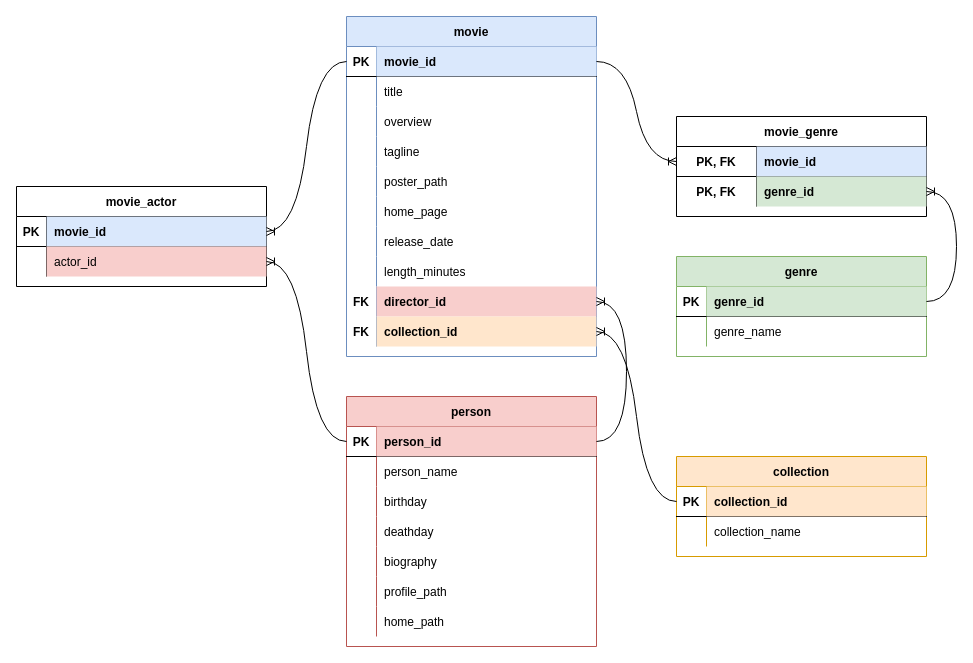
kschuljak/kschuljak keeps this draw.io diagram as moviedatabase.drawio. Above is the earlier version. Source tidied: cells renumbered, new cells numbered last; positions are measured from the earlier drawing's top-left corner, leaving out a move shared by most shapes. Both pictures are drawn from the tidied source at 100%, with x=0, y=0 at pixel (16, 16).
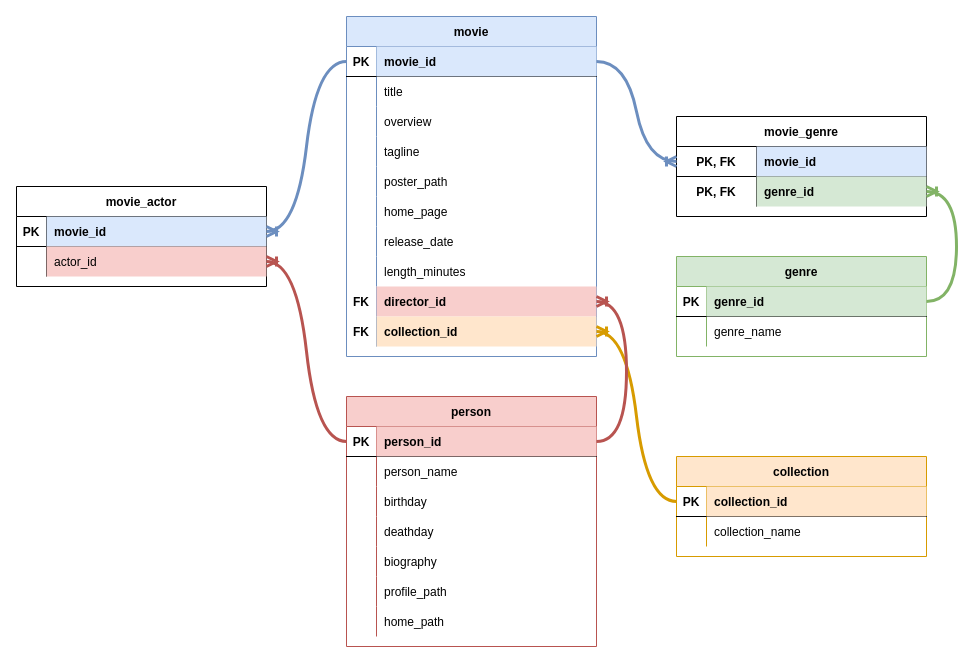
The same diagram, later.

Unchanged cells that the change refers to:
```xml
<mxCell id="3" style="shape=partialRectangle;fillColor=none;points=[[0,0.5],[1,0.5]];portConstraint=eastwest;top=0;left=0;right=0;bottom=1;" parent="2" vertex="1">
  <mxGeometry y="30" width="250" height="30" as="geometry" />
</mxCell>
<mxCell id="10" style="shape=partialRectangle;fillColor=none;points=[[0,0.5],[1,0.5]];portConstraint=eastwest;top=0;left=0;right=0;bottom=1;" parent="9" vertex="1">
  <mxGeometry y="30" width="250" height="30" as="geometry" />
</mxCell>
<mxCell id="34" style="shape=partialRectangle;fillColor=none;points=[[0,0.5],[1,0.5]];portConstraint=eastwest;top=0;left=0;right=0;bottom=0;" parent="9" vertex="1">
  <mxGeometry y="270" width="250" height="30" as="geometry" />
</mxCell>
<mxCell id="37" style="shape=partialRectangle;fillColor=none;points=[[0,0.5],[1,0.5]];portConstraint=eastwest;top=0;left=0;right=0;bottom=0;" parent="9" vertex="1">
  <mxGeometry y="300" width="250" height="30" as="geometry" />
</mxCell>
<mxCell id="41" style="shape=partialRectangle;fillColor=none;points=[[0,0.5],[1,0.5]];portConstraint=eastwest;top=0;left=0;right=0;bottom=1;" parent="40" vertex="1">
  <mxGeometry y="30" width="250" height="30" as="geometry" />
</mxCell>
<mxCell id="48" style="shape=partialRectangle;fillColor=none;points=[[0,0.5],[1,0.5]];portConstraint=eastwest;top=0;left=0;right=0;bottom=1;" parent="47" vertex="1">
  <mxGeometry y="30" width="250" height="30" as="geometry" />
</mxCell>
<mxCell id="51" style="shape=partialRectangle;fillColor=none;points=[[0,0.5],[1,0.5]];portConstraint=eastwest;top=0;left=0;right=0;bottom=0;" parent="47" vertex="1">
  <mxGeometry y="60" width="250" height="30" as="geometry" />
</mxCell>
<mxCell id="55" style="shape=partialRectangle;fillColor=none;points=[[0,0.5],[1,0.5]];portConstraint=eastwest;top=0;left=0;right=0;bottom=1;" parent="54" vertex="1">
  <mxGeometry y="30" width="250" height="30" as="geometry" />
</mxCell>
<mxCell id="58" style="shape=partialRectangle;fillColor=none;points=[[0,0.5],[1,0.5]];portConstraint=eastwest;top=0;left=0;right=0;bottom=0;" parent="54" vertex="1">
  <mxGeometry y="60" width="250" height="30" as="geometry" />
</mxCell>
<mxCell id="62" style="shape=partialRectangle;fillColor=none;points=[[0,0.5],[1,0.5]];portConstraint=eastwest;top=0;left=0;right=0;bottom=1;" parent="61" vertex="1">
  <mxGeometry y="30" width="250" height="30" as="geometry" />
</mxCell>
```

Change to the diagram source:
```diff
@@
-    <mxCell id="84" style="edgeStyle=entityRelationEdgeStyle;fontSize=12;html=1;endArrow=ERoneToMany;exitX=1;exitY=0.5;exitDx=0;exitDy=0;curved=1;" parent="1" edge="1" source="10" target="55">
+    <mxCell id="84" style="edgeStyle=entityRelationEdgeStyle;fontSize=12;html=1;endArrow=ERoneToMany;exitX=1;exitY=0.5;exitDx=0;exitDy=0;curved=1;strokeWidth=3;fillColor=#dae8fc;strokeColor=#6c8ebf;" parent="1" edge="1" source="10" target="55">
       <mxGeometry relative="1" as="geometry" />
     </mxCell>
-    <mxCell id="85" style="edgeStyle=entityRelationEdgeStyle;fontSize=12;html=1;endArrow=ERoneToMany;curved=1;" parent="1" edge="1" source="3" target="58">
+    <mxCell id="85" style="edgeStyle=entityRelationEdgeStyle;fontSize=12;html=1;endArrow=ERoneToMany;curved=1;strokeWidth=3;fillColor=#d5e8d4;strokeColor=#82b366;" parent="1" edge="1" source="3" target="58">
       <mxGeometry relative="1" as="geometry" />
     </mxCell>
-    <mxCell id="86" style="edgeStyle=entityRelationEdgeStyle;fontSize=12;html=1;endArrow=ERoneToMany;curved=1;exitX=0;exitY=0.5;exitDx=0;exitDy=0;" parent="1" edge="1" source="41" target="37">
+    <mxCell id="86" style="edgeStyle=entityRelationEdgeStyle;fontSize=12;html=1;endArrow=ERoneToMany;curved=1;exitX=0;exitY=0.5;exitDx=0;exitDy=0;strokeWidth=3;fillColor=#ffe6cc;strokeColor=#d79b00;" parent="1" edge="1" source="41" target="37">
       <mxGeometry relative="1" as="geometry" />
     </mxCell>
-    <mxCell id="87" style="edgeStyle=entityRelationEdgeStyle;fontSize=12;html=1;endArrow=ERoneToMany;curved=1;" parent="1" edge="1" source="62" target="34">
+    <mxCell id="87" style="edgeStyle=entityRelationEdgeStyle;fontSize=12;html=1;endArrow=ERoneToMany;curved=1;strokeWidth=3;fillColor=#f8cecc;strokeColor=#b85450;" parent="1" edge="1" source="62" target="34">
       <mxGeometry relative="1" as="geometry" />
     </mxCell>
-    <mxCell id="88" style="edgeStyle=entityRelationEdgeStyle;fontSize=12;html=1;endArrow=ERoneToMany;curved=1;exitX=0;exitY=0.5;exitDx=0;exitDy=0;" parent="1" edge="1" source="10" target="48">
+    <mxCell id="88" style="edgeStyle=entityRelationEdgeStyle;fontSize=12;html=1;endArrow=ERoneToMany;curved=1;exitX=0;exitY=0.5;exitDx=0;exitDy=0;strokeWidth=3;fillColor=#dae8fc;strokeColor=#6c8ebf;" parent="1" edge="1" source="10" target="48">
       <mxGeometry relative="1" as="geometry" />
     </mxCell>
-    <mxCell id="89" style="edgeStyle=entityRelationEdgeStyle;fontSize=12;html=1;endArrow=ERoneToMany;curved=1;exitX=0;exitY=0.5;exitDx=0;exitDy=0;" parent="1" edge="1" source="62" target="51">
+    <mxCell id="89" style="edgeStyle=entityRelationEdgeStyle;fontSize=12;html=1;endArrow=ERoneToMany;curved=1;exitX=0;exitY=0.5;exitDx=0;exitDy=0;strokeWidth=3;fillColor=#f8cecc;strokeColor=#b85450;" parent="1" edge="1" source="62" target="51">
       <mxGeometry relative="1" as="geometry" />
     </mxCell>
```
